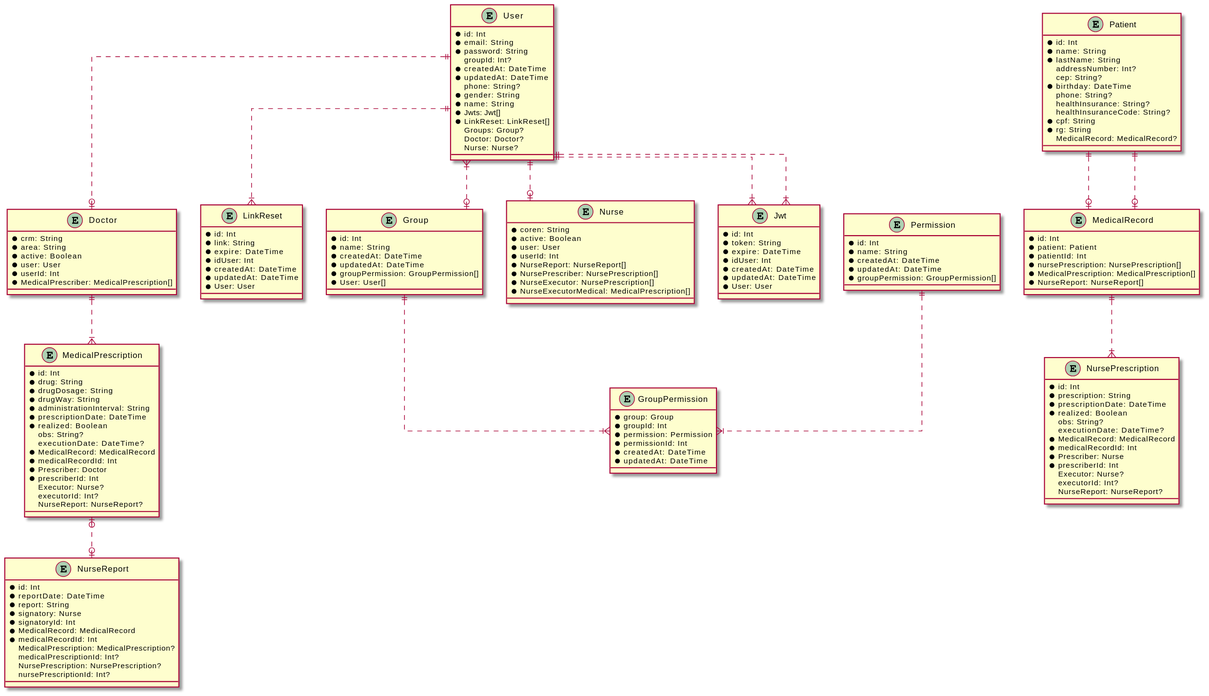
This is prisma/uml/schemas_uml.svg from CC-UNIP-CAMPINAS/SAPEP-back, a PlantUML export, as it was before one commit.
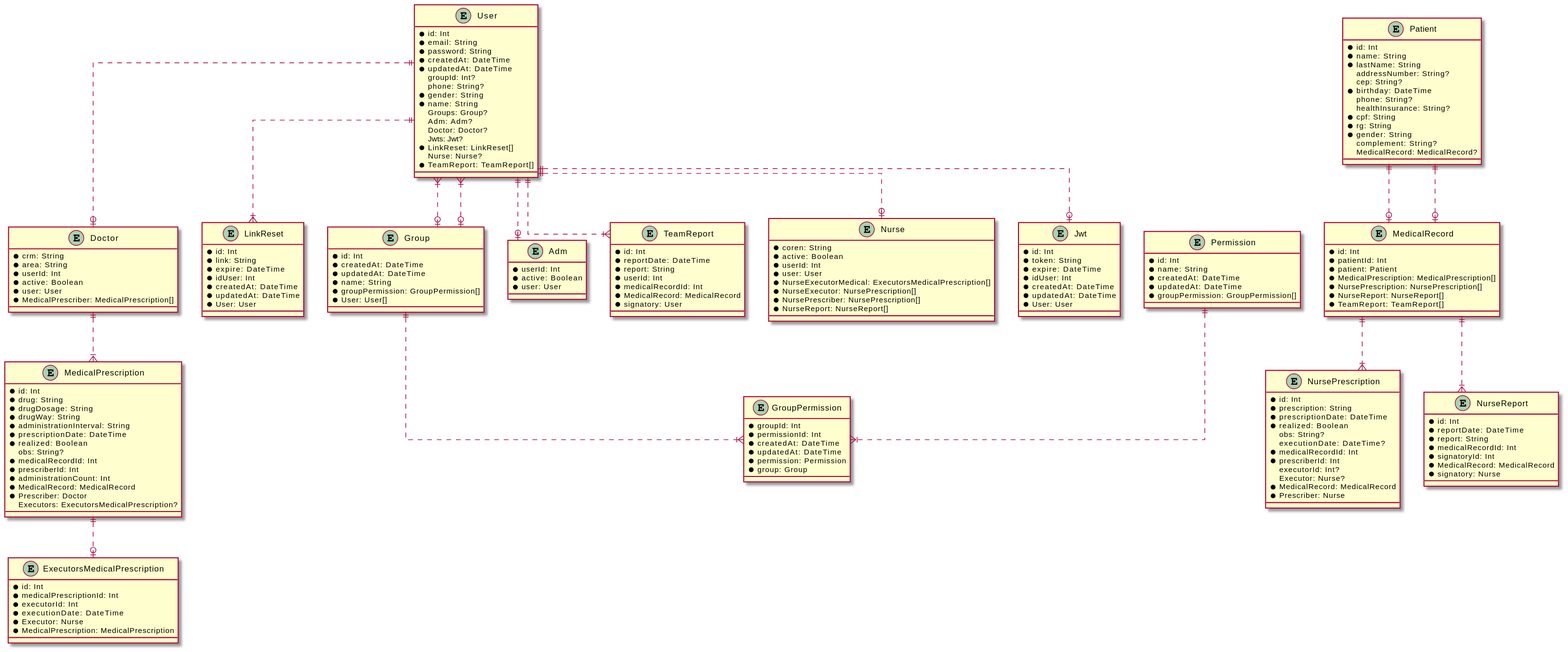
Later version of the same file.

Commit message:
chore(Prisma): Atualização do uml

The edit, as a diff of the source:
```diff
@@ -5,17 +5,19 @@
   * id: Int
   * email: String
   * password: String
-  groupId: Int?
   * createdAt: DateTime
   * updatedAt: DateTime
+  groupId: Int?
   phone: String?
   * gender: String
   * name: String
-  * Jwts: Jwt[]
+  Groups: Group?
+  Adm: Adm?
+  Doctor: Doctor?
+  Jwts: Jwt?
   * LinkReset: LinkReset[]
-  Groups: Group?
-  Doctor: Doctor?
   Nurse: Nurse?
+  * TeamReport: TeamReport[]
 }
 
 entity Jwt {
@@ -30,9 +32,9 @@
 
 entity Group {
   * id: Int
-  * name: String
   * createdAt: DateTime
   * updatedAt: DateTime
+  * name: String
   * groupPermission: GroupPermission[]
   * User: User[]
 }
@@ -46,12 +48,12 @@
 }
 
 entity GroupPermission {
-  * group: Group
   * groupId: Int
-  * permission: Permission
   * permissionId: Int
   * createdAt: DateTime
   * updatedAt: DateTime
+  * permission: Permission
+  * group: Group
 }
 
 entity LinkReset {
@@ -68,24 +70,31 @@
   * id: Int
   * name: String
   * lastName: String
-  addressNumber: Int?
+  addressNumber: String?
   cep: String?
   * birthday: DateTime
   phone: String?
   healthInsurance: String?
-  healthInsuranceCode: String?
   * cpf: String
   * rg: String
+  * gender: String
+  complement: String?
   MedicalRecord: MedicalRecord?
 }
 
 entity Doctor {
   * crm: String
   * area: String
+  * userId: Int
   * active: Boolean
   * user: User
+  * MedicalPrescriber: MedicalPrescription[]
+}
+
+entity Adm {
   * userId: Int
-  * MedicalPrescriber: MedicalPrescription[]
+  * active: Boolean
+  * user: User
 }
 
 entity MedicalPrescription {
@@ -97,34 +106,43 @@
   * prescriptionDate: DateTime
   * realized: Boolean
   obs: String?
-  executionDate: DateTime?
+  * medicalRecordId: Int
+  * prescriberId: Int
+  * administrationCount: Int
   * MedicalRecord: MedicalRecord
-  * medicalRecordId: Int
   * Prescriber: Doctor
-  * prescriberId: Int
-  Executor: Nurse?
-  executorId: Int?
-  NurseReport: NurseReport?
+  Executors: ExecutorsMedicalPrescription?
 }
 
 entity MedicalRecord {
   * id: Int
+  * patientId: Int
   * patient: Patient
-  * patientId: Int
-  * nursePrescription: NursePrescription[]
   * MedicalPrescription: MedicalPrescription[]
+  * NursePrescription: NursePrescription[]
   * NurseReport: NurseReport[]
+  * TeamReport: TeamReport[]
+}
+
+entity TeamReport {
+  * id: Int
+  * reportDate: DateTime
+  * report: String
+  * userId: Int
+  * medicalRecordId: Int
+  * MedicalRecord: MedicalRecord
+  * signatory: User
 }
 
 entity Nurse {
   * coren: String
   * active: Boolean
+  * userId: Int
   * user: User
-  * userId: Int
+  * NurseExecutorMedical: ExecutorsMedicalPrescription[]
+  * NurseExecutor: NursePrescription[]
+  * NursePrescriber: NursePrescription[]
   * NurseReport: NurseReport[]
-  * NursePrescriber: NursePrescription[]
-  * NurseExecutor: NursePrescription[]
-  * NurseExecutorMedical: MedicalPrescription[]
 }
 
 entity NursePrescription {
@@ -134,40 +152,47 @@
   * realized: Boolean
   obs: String?
   executionDate: DateTime?
+  * medicalRecordId: Int
+  * prescriberId: Int
+  executorId: Int?
+  Executor: Nurse?
   * MedicalRecord: MedicalRecord
-  * medicalRecordId: Int
   * Prescriber: Nurse
-  * prescriberId: Int
-  Executor: Nurse?
-  executorId: Int?
-  NurseReport: NurseReport?
 }
 
 entity NurseReport {
   * id: Int
   * reportDate: DateTime
   * report: String
-  * signatory: Nurse
+  * medicalRecordId: Int
   * signatoryId: Int
   * MedicalRecord: MedicalRecord
-  * medicalRecordId: Int
-  MedicalPrescription: MedicalPrescription?
-  medicalPrescriptionId: Int?
-  NursePrescription: NursePrescription?
-  nursePrescriptionId: Int?
+  * signatory: Nurse
 }
 
-User ||..|{ Jwt
-User ||..|{ Jwt
+entity ExecutorsMedicalPrescription {
+  * id: Int
+  * medicalPrescriptionId: Int
+  * executorId: Int
+  * executionDate: DateTime
+  * Executor: Nurse
+  * MedicalPrescription: MedicalPrescription
+}
+
+User }|..o| Group
+User ||..o| Jwt
 User }|..o| Group
 Permission ||..|{ GroupPermission
 Group ||..|{ GroupPermission
 User ||..|{ LinkReset
 Patient ||..o| MedicalRecord
 User ||..o| Doctor
+User ||..o| Adm
 Doctor ||..|{ MedicalPrescription
 Patient ||..o| MedicalRecord
+User ||..|{ TeamReport
 User ||..o| Nurse
 MedicalRecord ||..|{ NursePrescription
-MedicalPrescription |o..o| NurseReport
+MedicalRecord ||..|{ NurseReport
+MedicalPrescription ||..o| ExecutorsMedicalPrescription
 @enduml
```
